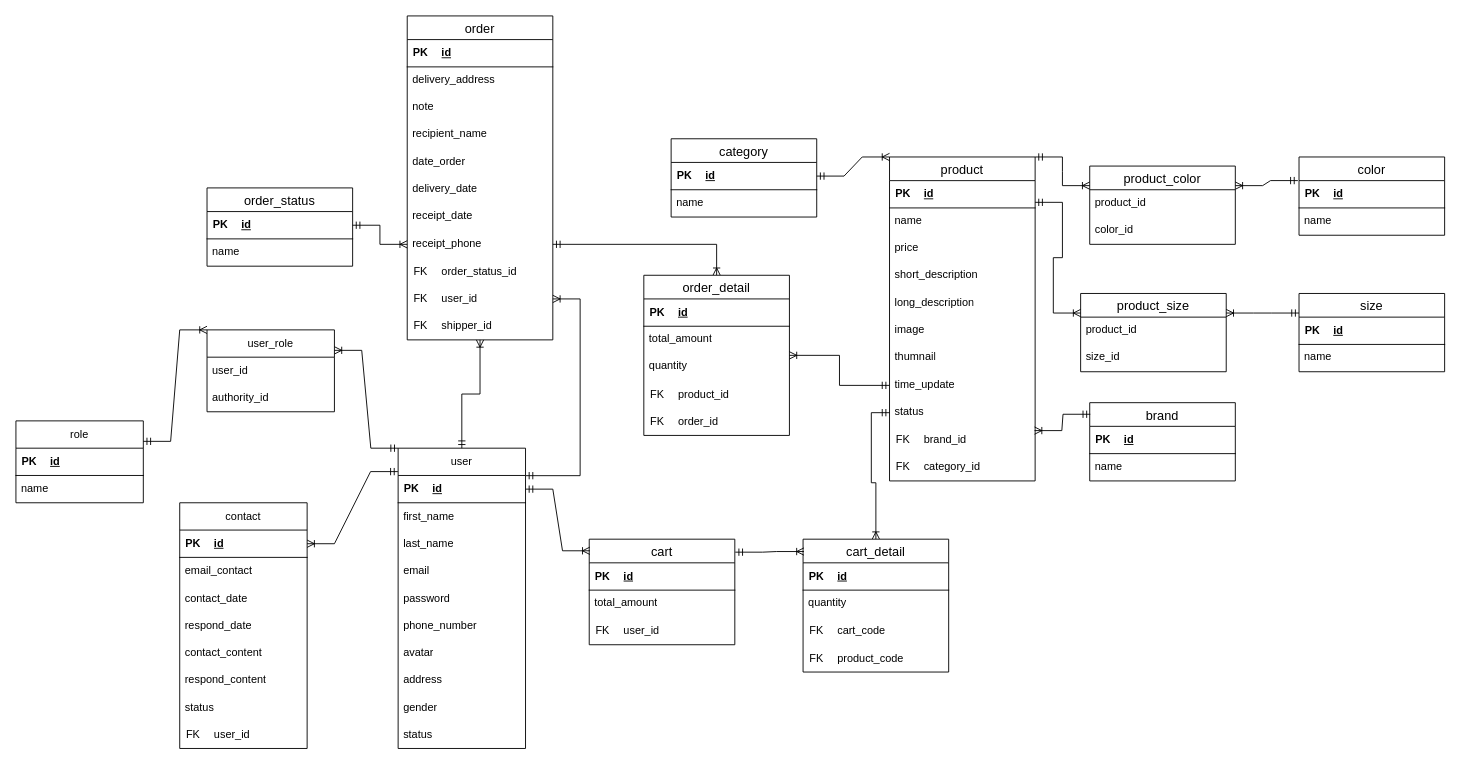
Before: shop-online/Biểu đồ không có tiêu đề.drawio in Dangnhhe161726/shop-online, a draw.io diagram. Source tidied: cells renumbered, new cells numbered last; positions are measured from the earlier drawing's top-left corner, leaving out a move shared by most shapes. Both pictures are drawn from the tidied source at 91%, with x=0, y=0 at pixel (15, -285).
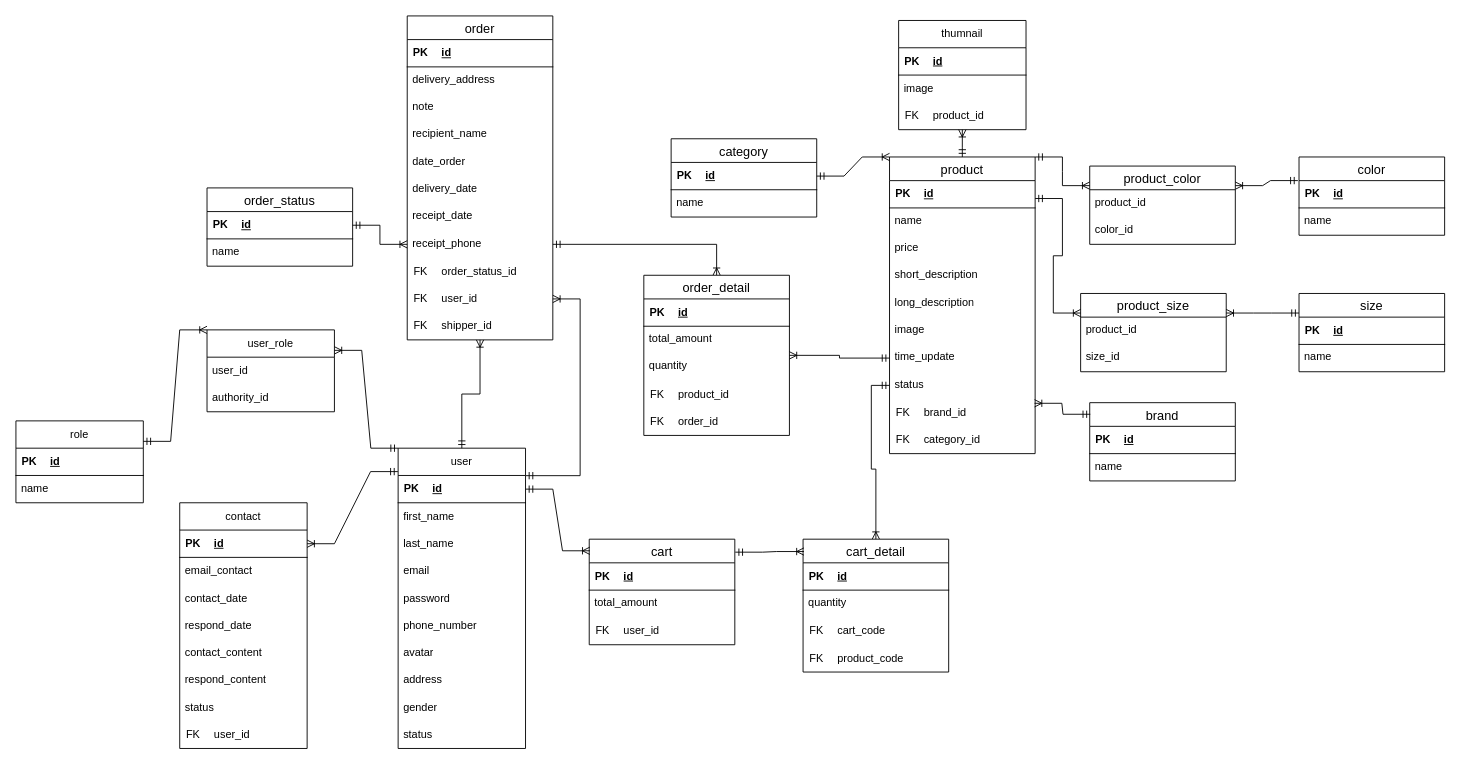
Above is the later version.

The edit, as a diff of the source:
```diff
@@
     <mxCell id="69" value="product" style="swimlane;fontStyle=0;horizontal=1;startSize=26;align=center;fontSize=14;" parent="1" vertex="1">
-      <mxGeometry x="960" y="485" width="160" height="356" as="geometry" />
+      <mxGeometry x="960" y="485" width="160" height="326" as="geometry" />
     </mxCell>
@@
-    <mxCell id="79" value="thumnail" style="text;strokeColor=none;fillColor=none;spacingLeft=4;spacingRight=4;overflow=hidden;points=[[0,0.5],[1,0.5]];portConstraint=eastwest;fontSize=12;whiteSpace=wrap;html=1;" parent="69" vertex="1">
-      <mxGeometry y="206" width="160" height="30" as="geometry" />
-    </mxCell>
     <mxCell id="80" value="time_update" style="text;strokeColor=none;fillColor=none;spacingLeft=4;spacingRight=4;overflow=hidden;points=[[0,0.5],[1,0.5]];portConstraint=eastwest;fontSize=12;whiteSpace=wrap;html=1;" parent="69" vertex="1">
-      <mxGeometry y="236" width="160" height="30" as="geometry" />
+      <mxGeometry y="206" width="160" height="30" as="geometry" />
     </mxCell>
     <mxCell id="81" value="status" style="text;strokeColor=none;fillColor=none;spacingLeft=4;spacingRight=4;overflow=hidden;points=[[0,0.5],[1,0.5]];portConstraint=eastwest;fontSize=12;whiteSpace=wrap;html=1;" parent="69" vertex="1">
-      <mxGeometry y="266" width="160" height="30" as="geometry" />
+      <mxGeometry y="236" width="160" height="30" as="geometry" />
     </mxCell>
     <mxCell id="82" style="shape=table;startSize=0;childLayout=tableLayout;rowLines=0;fontStyle=0;align=center;strokeColor=none;fillColor=none;" parent="69" vertex="1">
-      <mxGeometry y="296" width="160" height="60" as="geometry" />
+      <mxGeometry y="266" width="160" height="60" as="geometry" />
     </mxCell>
@@
+    <mxCell id="174" style="edgeStyle=orthogonalEdgeStyle;rounded=0;jettySize=auto;html=1;startArrow=ERoneToMany;startFill=0;endArrow=ERmandOne;endFill=0;" parent="1" edge="1" source="79">
+      <mxGeometry relative="1" as="geometry">
+        <mxPoint x="1040" y="485" as="targetPoint" />
+      </mxGeometry>
+    </mxCell>
+    <mxCell id="79" value="thumnail" style="swimlane;fontStyle=0;horizontal=1;startSize=30;whiteSpace=wrap;html=1;" parent="1" vertex="1">
+      <mxGeometry x="970" y="335" width="140" height="120" as="geometry" />
+    </mxCell>
+    <mxCell id="175" style="shape=table;startSize=0;childLayout=tableLayout;rowLines=0;fontStyle=0;align=center;strokeColor=none;fillColor=none;" parent="79" vertex="1">
+      <mxGeometry y="30" width="140" height="30" as="geometry" />
+    </mxCell>
+    <mxCell id="176" style="shape=tableRow;horizontal=0;startSize=0;swimlaneHead=0;swimlaneBody=0;fillColor=none;top=0;left=0;right=0;bottom=1;" parent="175" vertex="1">
+      <mxGeometry width="140" height="30" as="geometry" />
+    </mxCell>
+    <mxCell id="177" value="PK" style="shape=partialRectangle;fillColor=none;top=0;left=0;bottom=0;right=0;fontStyle=1;overflow=hidden;whiteSpace=wrap;html=1;" parent="176" vertex="1">
+      <mxGeometry width="30" height="30" as="geometry" />
+    </mxCell>
+    <mxCell id="178" value="id" style="shape=partialRectangle;fillColor=none;top=0;left=0;bottom=0;right=0;align=left;spacingLeft=6;fontStyle=5;overflow=hidden;whiteSpace=wrap;html=1;" parent="176" vertex="1">
+      <mxGeometry x="30" width="110" height="30" as="geometry" />
+    </mxCell>
+    <mxCell id="179" value="image" style="text;strokeColor=none;fillColor=none;align=left;verticalAlign=middle;spacingLeft=4;spacingRight=4;overflow=hidden;whiteSpace=wrap;html=1;" parent="79" vertex="1">
+      <mxGeometry y="60" width="140" height="30" as="geometry" />
+    </mxCell>
+    <mxCell id="180" style="shape=table;startSize=0;childLayout=tableLayout;rowLines=0;fontStyle=0;align=center;strokeColor=none;fillColor=none;" parent="79" vertex="1">
+      <mxGeometry y="90" width="140" height="30" as="geometry" />
+    </mxCell>
+    <mxCell id="181" style="shape=tableRow;horizontal=0;startSize=0;swimlaneHead=0;swimlaneBody=0;fillColor=none;top=0;left=0;right=0;bottom=0;" parent="180" vertex="1">
+      <mxGeometry width="140" height="30" as="geometry" />
+    </mxCell>
+    <mxCell id="182" value="FK" style="shape=partialRectangle;fillColor=none;top=0;left=0;bottom=0;right=0;fontStyle=0;overflow=hidden;whiteSpace=wrap;html=1;" parent="181" vertex="1">
+      <mxGeometry width="30" height="30" as="geometry" />
+    </mxCell>
+    <mxCell id="183" value="product_id" style="shape=partialRectangle;fillColor=none;top=0;left=0;bottom=0;right=0;align=left;spacingLeft=6;fontStyle=0;overflow=hidden;whiteSpace=wrap;html=1;" parent="181" vertex="1">
+      <mxGeometry x="30" width="110" height="30" as="geometry" />
+    </mxCell>
```
